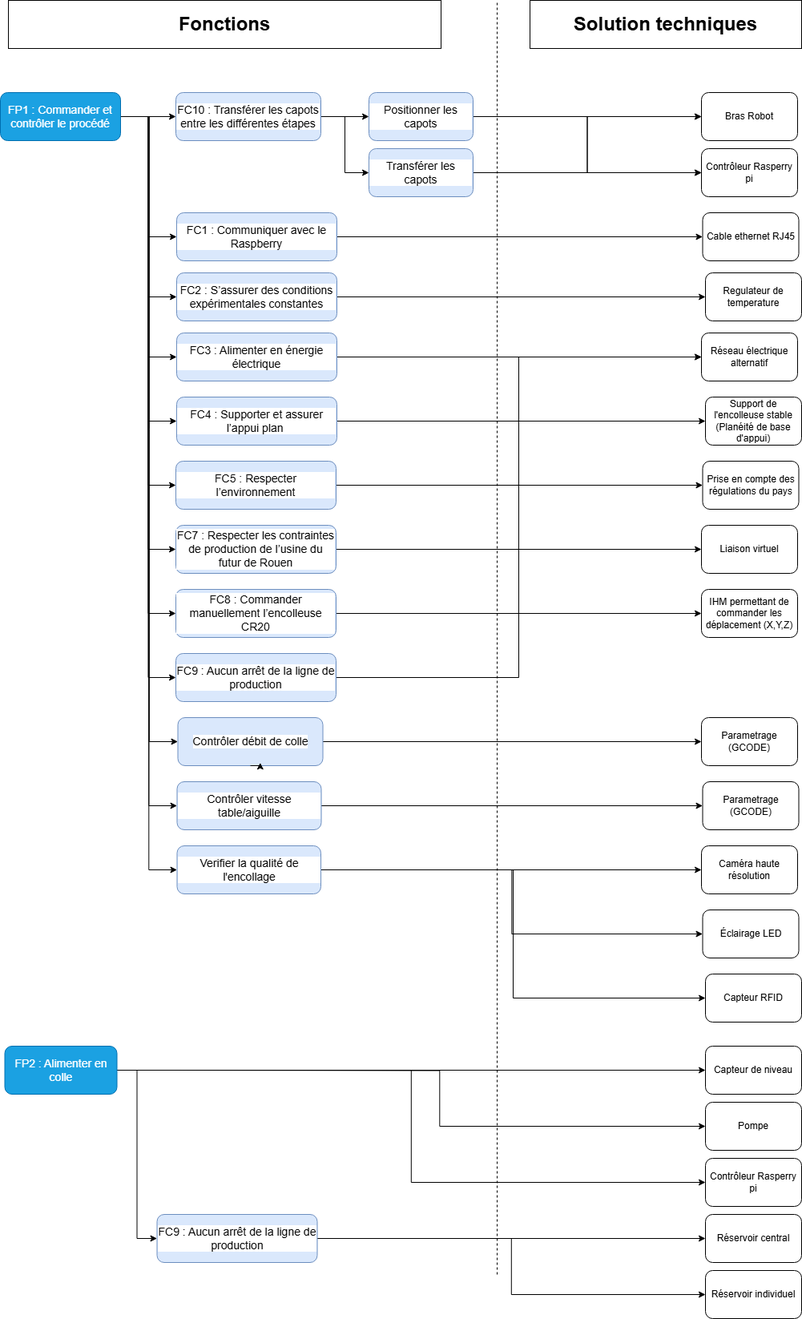
This is FAST DIAGRAM/Diagramme_FAST.drawio.png from CharifMah/Systemes_automatises, a draw.io export, as it was before one commit. Source tidied: cells renumbered, new cells last; positions are measured from the earlier drawing's top-left corner, leaving out a move shared by most shapes.
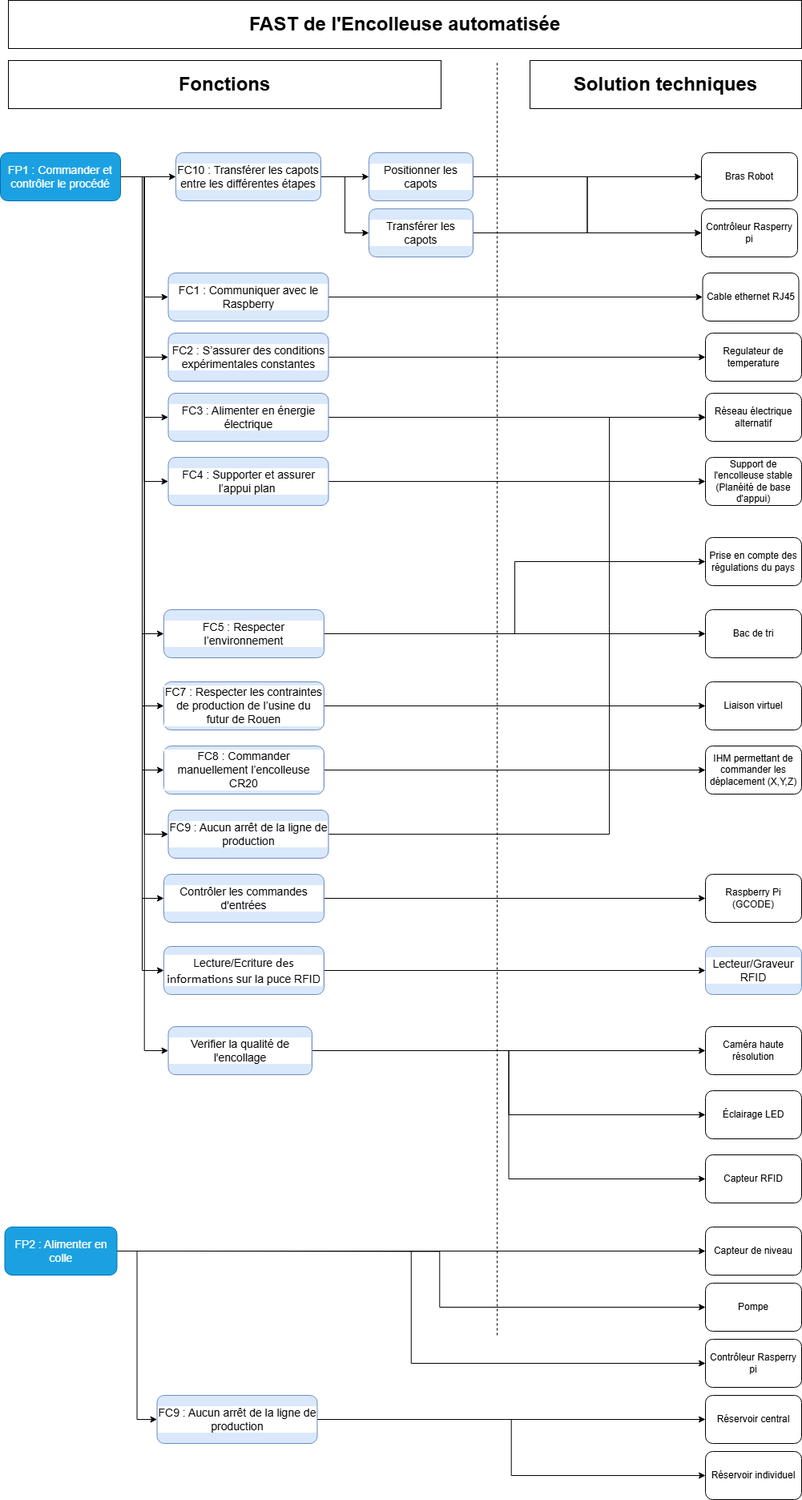
The same diagram one commit later.

The edit, as a diff of the source:
```diff
@@ -9,3 +9,3 @@
       <mxGeometry relative="1" as="geometry">
-        <mxPoint x="215.5" y="1335" as="sourcePoint" />
+        <mxPoint x="215.5" y="1485" as="sourcePoint" />
       </mxGeometry>
@@ -24,13 +24,7 @@
     </mxCell>
-    <mxCell id="8" style="edgeStyle=orthogonalEdgeStyle;rounded=0;jettySize=auto;html=1;entryX=0;entryY=0.5;entryDx=0;entryDy=0;fontFamily=Helvetica;" parent="1" edge="1" source="9" target="30">
-      <mxGeometry relative="1" as="geometry" />
-    </mxCell>
-    <mxCell id="9" value="&lt;span style=&quot;font-size: 14px;&quot;&gt;Contrôler débit de colle&lt;/span&gt;" style="rounded=1;whiteSpace=wrap;html=1;labelBackgroundColor=default;labelBorderColor=none;textShadow=0;fillColor=#dae8fc;strokeColor=#6c8ebf;fontFamily=Helvetica;" parent="1" vertex="1">
-      <mxGeometry x="221.5" y="895" width="181" height="60" as="geometry" />
-    </mxCell>
-    <mxCell id="10" style="edgeStyle=orthogonalEdgeStyle;rounded=0;jettySize=auto;html=1;entryX=0;entryY=0.5;entryDx=0;entryDy=0;fontFamily=Helvetica;" parent="1" edge="1" source="11" target="31">
-      <mxGeometry relative="1" as="geometry" />
-    </mxCell>
+    <mxCell id="80" style="edgeStyle=orthogonalEdgeStyle;rounded=0;jettySize=auto;html=1;entryX=0;entryY=0.5;entryDx=0;entryDy=0;" parent="1" edge="1" source="11" target="30">
+      <mxGeometry relative="1" as="geometry" />
+    </mxCell>
-    <mxCell id="11" value="&lt;span style=&quot;font-size: 14px;&quot;&gt;Contrôler vitesse table/aiguille&lt;/span&gt;" style="rounded=1;whiteSpace=wrap;html=1;labelBackgroundColor=default;labelBorderColor=none;textShadow=0;fillColor=#dae8fc;strokeColor=#6c8ebf;fontFamily=Helvetica;" parent="1" vertex="1">
-      <mxGeometry x="220.5" y="975" width="180" height="60" as="geometry" />
+    <mxCell id="11" value="&lt;span style=&quot;font-size: 14px;&quot;&gt;Contrôler les commandes d'entrées&lt;/span&gt;" style="rounded=1;whiteSpace=wrap;html=1;labelBackgroundColor=default;labelBorderColor=none;textShadow=0;fillColor=#dae8fc;strokeColor=#6c8ebf;fontFamily=Helvetica;" parent="1" vertex="1">
+      <mxGeometry x="204" y="1015" width="200" height="60" as="geometry" />
     </mxCell>
@@ -40,3 +34,3 @@
     <mxCell id="13" value="&lt;font style=&quot;font-size: 14px;&quot;&gt;FC2 :&amp;nbsp;S’assurer des conditions expérimentales constantes&lt;/font&gt;" style="rounded=1;whiteSpace=wrap;html=1;labelBackgroundColor=default;labelBorderColor=none;textShadow=0;fillColor=#dae8fc;strokeColor=#6c8ebf;fontFamily=Helvetica;" parent="1" vertex="1">
-      <mxGeometry x="220" y="340" width="200" height="60" as="geometry" />
+      <mxGeometry x="209.5" y="340" width="200" height="60" as="geometry" />
     </mxCell>
@@ -51,5 +45,2 @@
     </mxCell>
-    <mxCell id="17" style="edgeStyle=orthogonalEdgeStyle;rounded=0;jettySize=auto;html=1;entryX=0;entryY=0.5;entryDx=0;entryDy=0;" parent="1" edge="1" source="26" target="9">
-      <mxGeometry relative="1" as="geometry" />
-    </mxCell>
     <mxCell id="18" style="edgeStyle=orthogonalEdgeStyle;rounded=0;jettySize=auto;html=1;entryX=0;entryY=0.5;entryDx=0;entryDy=0;" parent="1" edge="1" source="26" target="11">
@@ -78,2 +69,5 @@
     </mxCell>
+    <mxCell id="81" style="edgeStyle=orthogonalEdgeStyle;rounded=0;jettySize=auto;html=1;entryX=0;entryY=0.5;entryDx=0;entryDy=0;" parent="1" edge="1" source="26" target="86">
+      <mxGeometry relative="1" as="geometry" />
+    </mxCell>
     <mxCell id="26" value="&lt;span&gt;&lt;font style=&quot;font-size: 14px; color: light-dark(rgb(255, 255, 255), rgb(0, 0, 0));&quot;&gt;FP1 : Commander et contrôler le procédé&lt;/font&gt;&lt;/span&gt;" style="rounded=1;whiteSpace=wrap;html=1;fillColor=#1ba1e2;fontColor=#ffffff;strokeColor=#006EAF;fontFamily=Helvetica;" parent="1" vertex="1">
@@ -90,10 +84,7 @@
     </mxCell>
-    <mxCell id="30" value="Parametrage (GCODE)" style="rounded=1;whiteSpace=wrap;html=1;fontFamily=Helvetica;" parent="1" vertex="1">
-      <mxGeometry x="875" y="895" width="120" height="60" as="geometry" />
+    <mxCell id="30" value="Raspberry Pi&lt;div&gt;(GCODE)&lt;/div&gt;" style="rounded=1;whiteSpace=wrap;html=1;fontFamily=Helvetica;" parent="1" vertex="1">
+      <mxGeometry x="880" y="1015" width="120" height="60" as="geometry" />
     </mxCell>
-    <mxCell id="31" value="Parametrage (GCODE)" style="rounded=1;whiteSpace=wrap;html=1;fontFamily=Helvetica;" parent="1" vertex="1">
-      <mxGeometry x="876.5" y="975" width="120" height="60" as="geometry" />
-    </mxCell>
     <mxCell id="32" value="Capteur de niveau" style="rounded=1;whiteSpace=wrap;html=1;fontFamily=Helvetica;" parent="1" vertex="1">
-      <mxGeometry x="880" y="1305" width="120" height="60" as="geometry" />
+      <mxGeometry x="880" y="1455" width="120" height="60" as="geometry" />
     </mxCell>
@@ -106,9 +97,9 @@
     <mxCell id="35" value="Réservoir central" style="rounded=1;whiteSpace=wrap;html=1;fontFamily=Helvetica;" parent="1" vertex="1">
-      <mxGeometry x="880" y="1515" width="120" height="60" as="geometry" />
+      <mxGeometry x="880" y="1665" width="120" height="60" as="geometry" />
     </mxCell>
     <mxCell id="36" value="Pompe" style="rounded=1;whiteSpace=wrap;html=1;fontFamily=Helvetica;" parent="1" vertex="1">
-      <mxGeometry x="880" y="1375" width="120" height="60" as="geometry" />
+      <mxGeometry x="880" y="1525" width="120" height="60" as="geometry" />
     </mxCell>
     <mxCell id="37" value="Contrôleur Rasperry pi" style="rounded=1;whiteSpace=wrap;html=1;fontFamily=Helvetica;" parent="1" vertex="1">
-      <mxGeometry x="880" y="1445" width="120" height="60" as="geometry" />
+      <mxGeometry x="880" y="1595" width="120" height="60" as="geometry" />
     </mxCell>
@@ -124,9 +115,9 @@
     <mxCell id="41" value="&lt;span style=&quot;font-size: 14px;&quot;&gt;Verifier la qualité de l'encollage&lt;/span&gt;" style="rounded=1;whiteSpace=wrap;html=1;labelBackgroundColor=default;labelBorderColor=none;textShadow=0;fillColor=#dae8fc;strokeColor=#6c8ebf;fontFamily=Helvetica;" parent="1" vertex="1">
-      <mxGeometry x="220.5" y="1055" width="179.5" height="60" as="geometry" />
+      <mxGeometry x="209.5" y="1205" width="179.5" height="60" as="geometry" />
     </mxCell>
     <mxCell id="42" value="Caméra haute résolution" style="rounded=1;whiteSpace=wrap;html=1;fontFamily=Helvetica;" parent="1" vertex="1">
-      <mxGeometry x="875" y="1055" width="120" height="60" as="geometry" />
+      <mxGeometry x="880" y="1205" width="120" height="60" as="geometry" />
     </mxCell>
     <mxCell id="43" value="Éclairage LED" style="rounded=1;whiteSpace=wrap;html=1;fontFamily=Helvetica;" parent="1" vertex="1">
-      <mxGeometry x="876.5" y="1135" width="120" height="60" as="geometry" />
+      <mxGeometry x="880" y="1285" width="120" height="60" as="geometry" />
     </mxCell>
@@ -139,3 +130,3 @@
     <mxCell id="46" value="&lt;span style=&quot;font-size: 14px;&quot;&gt;&lt;font style=&quot;color: rgb(255, 255, 255);&quot;&gt;FP2 : Alimenter en colle&lt;/font&gt;&lt;/span&gt;" style="rounded=1;whiteSpace=wrap;html=1;fillColor=#1ba1e2;fontColor=#ffffff;strokeColor=#006EAF;fontFamily=Helvetica;" parent="1" vertex="1">
-      <mxGeometry x="5.5" y="1305" width="140" height="60" as="geometry" />
+      <mxGeometry x="5.5" y="1455" width="140" height="60" as="geometry" />
     </mxCell>
@@ -145,3 +136,3 @@
     <mxCell id="48" value="&lt;div&gt;&lt;font style=&quot;font-size: 14px;&quot;&gt;FC1&lt;/font&gt;&lt;span style=&quot;font-size: 14px; background-color: light-dark(#ffffff, var(--ge-dark-color, #121212)); color: light-dark(rgb(0, 0, 0), rgb(255, 255, 255));&quot;&gt;&amp;nbsp;: Communiquer avec le Raspberry&lt;/span&gt;&lt;/div&gt;" style="rounded=1;whiteSpace=wrap;html=1;labelBackgroundColor=default;labelBorderColor=none;textShadow=0;fillColor=#dae8fc;strokeColor=#6c8ebf;fontFamily=Helvetica;" parent="1" vertex="1">
-      <mxGeometry x="220" y="265" width="200" height="60" as="geometry" />
+      <mxGeometry x="209.5" y="265" width="200" height="60" as="geometry" />
     </mxCell>
@@ -154,6 +145,6 @@
     <mxCell id="51" value="&lt;div&gt;&lt;font style=&quot;font-size: 14px;&quot;&gt;FC3 : Alimenter en énergie électrique&lt;/font&gt;&lt;/div&gt;" style="rounded=1;whiteSpace=wrap;html=1;labelBackgroundColor=default;labelBorderColor=none;textShadow=0;fillColor=#dae8fc;strokeColor=#6c8ebf;fontFamily=Helvetica;" parent="1" vertex="1">
-      <mxGeometry x="220" y="415" width="200" height="60" as="geometry" />
+      <mxGeometry x="209.5" y="415" width="200" height="60" as="geometry" />
     </mxCell>
     <mxCell id="52" value="Réseau électrique alternatif" style="rounded=1;whiteSpace=wrap;html=1;" parent="1" vertex="1">
-      <mxGeometry x="875" y="415" width="120" height="60" as="geometry" />
+      <mxGeometry x="880" y="415" width="120" height="60" as="geometry" />
     </mxCell>
@@ -177,5 +168,2 @@
     </mxCell>
-    <mxCell id="59" style="edgeStyle=orthogonalEdgeStyle;rounded=0;orthogonalLoop=1;jettySize=auto;html=1;exitX=0.5;exitY=1;exitDx=0;exitDy=0;entryX=0.568;entryY=0.939;entryDx=0;entryDy=0;entryPerimeter=0;" parent="1" edge="1" source="9" target="9">
-      <mxGeometry relative="1" as="geometry" />
-    </mxCell>
     <mxCell id="60" style="edgeStyle=orthogonalEdgeStyle;rounded=0;jettySize=auto;html=1;entryX=0;entryY=0.5;entryDx=0;entryDy=0;" parent="1" edge="1" source="61" target="62">
@@ -184,3 +172,3 @@
     <mxCell id="61" value="&lt;div&gt;&lt;font style=&quot;font-size: 14px;&quot;&gt;FC4 :&amp;nbsp;Supporter et assurer l’appui plan&amp;nbsp;&lt;/font&gt;&lt;/div&gt;" style="rounded=1;whiteSpace=wrap;html=1;labelBackgroundColor=default;labelBorderColor=none;textShadow=0;fillColor=#dae8fc;strokeColor=#6c8ebf;fontFamily=Helvetica;" parent="1" vertex="1">
-      <mxGeometry x="220" y="495" width="200" height="60" as="geometry" />
+      <mxGeometry x="209.5" y="495" width="200" height="60" as="geometry" />
     </mxCell>
@@ -192,9 +180,12 @@
     </mxCell>
+    <mxCell id="82" style="edgeStyle=orthogonalEdgeStyle;rounded=0;jettySize=auto;html=1;entryX=0;entryY=0.5;entryDx=0;entryDy=0;" parent="1" edge="1" source="64" target="83">
+      <mxGeometry relative="1" as="geometry" />
+    </mxCell>
     <mxCell id="64" value="&lt;div&gt;&lt;font style=&quot;font-size: 14px;&quot;&gt;FC5&lt;/font&gt;&lt;span style=&quot;font-size: 14px; background-color: light-dark(#ffffff, var(--ge-dark-color, #121212)); color: light-dark(rgb(0, 0, 0), rgb(255, 255, 255));&quot;&gt;&amp;nbsp;:&amp;nbsp;Respecter l’environnement&lt;/span&gt;&lt;/div&gt;" style="rounded=1;whiteSpace=wrap;html=1;labelBackgroundColor=default;labelBorderColor=none;textShadow=0;fillColor=#dae8fc;strokeColor=#6c8ebf;fontFamily=Helvetica;" parent="1" vertex="1">
-      <mxGeometry x="219" y="575" width="200" height="60" as="geometry" />
+      <mxGeometry x="204" y="685" width="200" height="60" as="geometry" />
     </mxCell>
     <mxCell id="65" value="Prise en compte des régulations du pays" style="rounded=1;whiteSpace=wrap;html=1;" parent="1" vertex="1">
-      <mxGeometry x="876.5" y="575" width="120" height="60" as="geometry" />
+      <mxGeometry x="880" y="595" width="120" height="60" as="geometry" />
     </mxCell>
-    <mxCell id="66" style="edgeStyle=orthogonalEdgeStyle;rounded=0;jettySize=auto;html=1;entryX=0;entryY=0.5;entryDx=0;entryDy=0;" parent="1" edge="1" source="67" target="68">
+    <mxCell id="66" style="edgeStyle=orthogonalEdgeStyle;rounded=0;jettySize=auto;html=1;entryX=0;entryY=0.5;entryDx=0;entryDy=0;exitX=1;exitY=0.5;exitDx=0;exitDy=0;" parent="1" edge="1" source="67" target="68">
       <mxGeometry relative="1" as="geometry" />
@@ -202,6 +193,6 @@
     <mxCell id="67" value="&lt;div&gt;&lt;font style=&quot;font-size: 14px;&quot;&gt;FC7&lt;/font&gt;&lt;span style=&quot;color: light-dark(rgb(0, 0, 0), rgb(255, 255, 255)); font-size: 14px; background-color: light-dark(#ffffff, var(--ge-dark-color, #121212));&quot;&gt;&amp;nbsp;:&amp;nbsp;&lt;/span&gt;&lt;span style=&quot;color: light-dark(rgb(0, 0, 0), rgb(255, 255, 255)); background-color: light-dark(#ffffff, var(--ge-dark-color, #121212)); font-size: 14px;&quot;&gt;Respecter les contraintes de production de l’usine du futur de Rouen&lt;/span&gt;&lt;/div&gt;" style="rounded=1;whiteSpace=wrap;html=1;labelBackgroundColor=default;labelBorderColor=none;textShadow=0;fillColor=#dae8fc;strokeColor=#6c8ebf;fontFamily=Helvetica;" parent="1" vertex="1">
-      <mxGeometry x="219" y="655" width="200" height="60" as="geometry" />
+      <mxGeometry x="204" y="775" width="200" height="60" as="geometry" />
     </mxCell>
     <mxCell id="68" value="Liaison virtuel" style="rounded=1;whiteSpace=wrap;html=1;" parent="1" vertex="1">
-      <mxGeometry x="875" y="655" width="120" height="60" as="geometry" />
+      <mxGeometry x="880" y="775" width="120" height="60" as="geometry" />
     </mxCell>
@@ -211,12 +202,17 @@
     <mxCell id="70" value="&lt;div&gt;&lt;font style=&quot;font-size: 14px;&quot;&gt;FC8&lt;/font&gt;&lt;span style=&quot;font-size: 14px; background-color: light-dark(#ffffff, var(--ge-dark-color, #121212)); color: light-dark(rgb(0, 0, 0), rgb(255, 255, 255));&quot;&gt;&amp;nbsp;:&amp;nbsp;&lt;/span&gt;&lt;span style=&quot;background-color: light-dark(#ffffff, var(--ge-dark-color, #121212)); font-size: 14px;&quot;&gt;Commander manuellement l’encolleuse CR20&lt;/span&gt;&lt;/div&gt;" style="rounded=1;whiteSpace=wrap;html=1;labelBackgroundColor=default;labelBorderColor=none;textShadow=0;fillColor=#dae8fc;strokeColor=#6c8ebf;fontFamily=Helvetica;" parent="1" vertex="1">
-      <mxGeometry x="219" y="735" width="200" height="60" as="geometry" />
+      <mxGeometry x="204" y="855" width="200" height="60" as="geometry" />
     </mxCell>
     <mxCell id="71" value="IHM permettant de commander les déplacement (X,Y,Z)" style="rounded=1;whiteSpace=wrap;html=1;fontFamily=Helvetica;" parent="1" vertex="1">
-      <mxGeometry x="875" y="735" width="120" height="60" as="geometry" />
+      <mxGeometry x="880" y="855" width="120" height="60" as="geometry" />
     </mxCell>
-    <mxCell id="72" style="edgeStyle=orthogonalEdgeStyle;rounded=0;jettySize=auto;html=1;entryX=0;entryY=0.5;entryDx=0;entryDy=0;" parent="1" edge="1" source="73" target="52">
-      <mxGeometry relative="1" as="geometry" />
+    <mxCell id="72" style="edgeStyle=orthogonalEdgeStyle;rounded=0;jettySize=auto;html=1;entryX=0;entryY=0.5;entryDx=0;entryDy=0;exitX=1;exitY=0.5;exitDx=0;exitDy=0;" parent="1" edge="1" source="73" target="52">
+      <mxGeometry relative="1" as="geometry">
+        <Array as="points">
+          <mxPoint x="760" y="965" />
+          <mxPoint x="760" y="445" />
+        </Array>
+      </mxGeometry>
     </mxCell>
     <mxCell id="73" value="&lt;div&gt;&lt;font style=&quot;font-size: 14px;&quot;&gt;FC9&lt;/font&gt;&lt;span style=&quot;color: light-dark(rgb(0, 0, 0), rgb(255, 255, 255)); font-size: 14px; background-color: light-dark(#ffffff, var(--ge-dark-color, #121212));&quot;&gt;&amp;nbsp;:&amp;nbsp;&lt;/span&gt;&lt;span style=&quot;color: light-dark(rgb(0, 0, 0), rgb(255, 255, 255)); background-color: light-dark(#ffffff, var(--ge-dark-color, #121212)); font-size: 14px;&quot;&gt;Aucun arrêt de la ligne de production&lt;/span&gt;&lt;/div&gt;" style="rounded=1;whiteSpace=wrap;html=1;labelBackgroundColor=default;labelBorderColor=none;textShadow=0;fillColor=#dae8fc;strokeColor=#6c8ebf;fontFamily=Helvetica;" parent="1" vertex="1">
-      <mxGeometry x="219" y="815" width="200" height="60" as="geometry" />
+      <mxGeometry x="209.5" y="935" width="200" height="60" as="geometry" />
     </mxCell>
@@ -229,6 +225,6 @@
     <mxCell id="76" value="&lt;div&gt;&lt;font style=&quot;font-size: 14px;&quot;&gt;FC9&lt;/font&gt;&lt;span style=&quot;color: light-dark(rgb(0, 0, 0), rgb(255, 255, 255)); font-size: 14px; background-color: light-dark(#ffffff, var(--ge-dark-color, #121212));&quot;&gt;&amp;nbsp;:&amp;nbsp;&lt;/span&gt;&lt;span style=&quot;color: light-dark(rgb(0, 0, 0), rgb(255, 255, 255)); background-color: light-dark(#ffffff, var(--ge-dark-color, #121212)); font-size: 14px;&quot;&gt;Aucun arrêt de la ligne de production&lt;/span&gt;&lt;/div&gt;" style="rounded=1;whiteSpace=wrap;html=1;labelBackgroundColor=default;labelBorderColor=none;textShadow=0;fillColor=#dae8fc;strokeColor=#6c8ebf;fontFamily=Helvetica;" parent="1" vertex="1">
-      <mxGeometry x="195.5" y="1515" width="200" height="60" as="geometry" />
+      <mxGeometry x="195.5" y="1665" width="200" height="60" as="geometry" />
     </mxCell>
     <mxCell id="77" value="Réservoir individuel" style="rounded=1;whiteSpace=wrap;html=1;fontFamily=Helvetica;" parent="1" vertex="1">
-      <mxGeometry x="880" y="1585" width="120" height="60" as="geometry" />
+      <mxGeometry x="880" y="1735" width="120" height="60" as="geometry" />
     </mxCell>
@@ -241,4 +237,19 @@
     <mxCell id="79" value="Capteur RFID" style="rounded=1;whiteSpace=wrap;html=1;fontFamily=Helvetica;" parent="1" vertex="1">
-      <mxGeometry x="880" y="1215" width="120" height="60" as="geometry" />
+      <mxGeometry x="880" y="1365" width="120" height="60" as="geometry" />
     </mxCell>
+    <mxCell id="83" value="Bac de tri" style="rounded=1;whiteSpace=wrap;html=1;" parent="1" vertex="1">
+      <mxGeometry x="880" y="685" width="120" height="60" as="geometry" />
+    </mxCell>
+    <mxCell id="84" value="&lt;h1&gt;&lt;b&gt;FAST de l'Encolleuse automatisée&lt;/b&gt;&lt;/h1&gt;" style="rounded=0;whiteSpace=wrap;html=1;fontFamily=Helvetica;" parent="1" vertex="1">
+      <mxGeometry x="10" y="-75" width="990" height="60" as="geometry" />
+    </mxCell>
+    <mxCell id="85" style="edgeStyle=orthogonalEdgeStyle;rounded=0;jettySize=auto;html=1;entryX=0;entryY=0.5;entryDx=0;entryDy=0;" parent="1" edge="1" source="86" target="87">
+      <mxGeometry relative="1" as="geometry" />
+    </mxCell>
+    <mxCell id="86" value="&lt;span style=&quot;font-size: 14px;&quot;&gt;Lecture/Ecriture&amp;nbsp;&lt;/span&gt;&lt;span style=&quot;font-size:12.0pt;line-height:&lt;br/&gt;107%;font-family:&amp;quot;Calibri&amp;quot;,sans-serif;mso-ascii-theme-font:minor-latin;&lt;br/&gt;mso-fareast-font-family:&amp;quot;Yu Mincho&amp;quot;;mso-fareast-theme-font:minor-fareast;&lt;br/&gt;mso-hansi-theme-font:minor-latin;mso-bidi-font-family:Arial;mso-bidi-theme-font:&lt;br/&gt;minor-bidi;mso-ansi-language:FR;mso-fareast-language:EN-US;mso-bidi-language:&lt;br/&gt;AR-SA&quot; lang=&quot;FR&quot;&gt;des informations&amp;nbsp;&lt;/span&gt;&lt;span style=&quot;font-size: 14px;&quot;&gt;sur la puce RFID&lt;/span&gt;" style="rounded=1;whiteSpace=wrap;html=1;labelBackgroundColor=default;labelBorderColor=none;textShadow=0;fillColor=#dae8fc;strokeColor=#6c8ebf;fontFamily=Helvetica;" parent="1" vertex="1">
+      <mxGeometry x="204" y="1105" width="200" height="60" as="geometry" />
+    </mxCell>
+    <mxCell id="87" value="&lt;span style=&quot;font-size: 14px;&quot;&gt;Lecteur/Graveur RFID&lt;/span&gt;" style="rounded=1;whiteSpace=wrap;html=1;labelBackgroundColor=default;labelBorderColor=none;textShadow=0;fillColor=#dae8fc;strokeColor=#6c8ebf;fontFamily=Helvetica;" parent="1" vertex="1">
+      <mxGeometry x="880" y="1105" width="120" height="60" as="geometry" />
+    </mxCell>
   </root>
```
